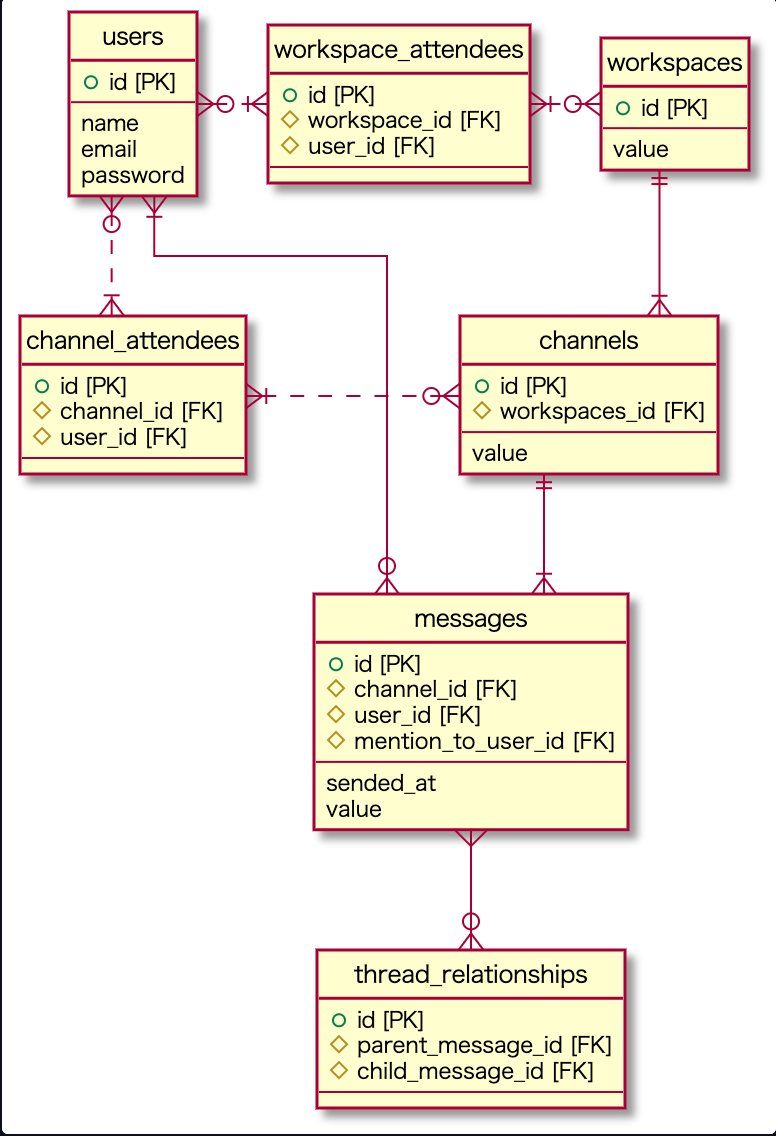
This is db/modeling/02/er.png from umirai/PrahaChallenge, a PlantUML export, as it was before one commit. Its source is kept beside it as db/modeling/02/er.pu.
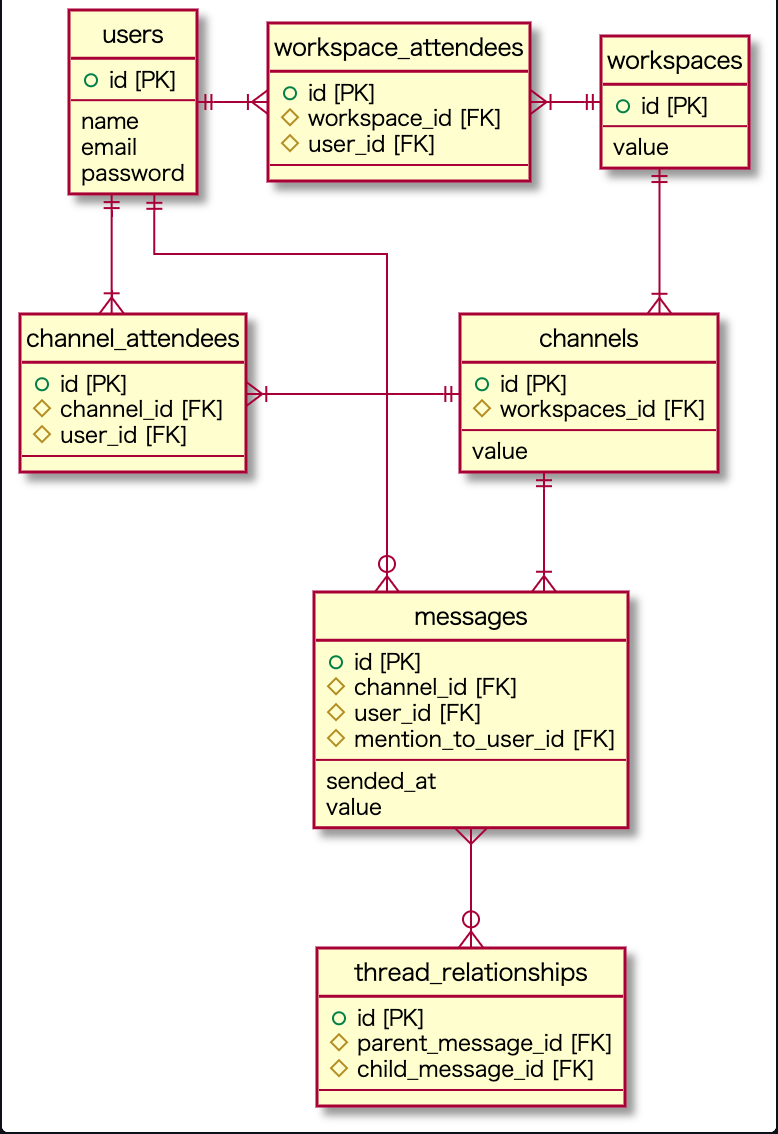
The same diagram one commit later.

Commit message:
[Fix]リレーションの多重度と依存関係を修正

The edit, as a diff of the source:
```diff
@@ -58,9 +58,9 @@
 workspaces ||-d-|{ channels
 channels ||-d-|{ messages
 messages }-d-o{ thread_relationships
-workspaces }o.l.|{ workspace_attendees
-channels }o.l.|{ channel_attendees
-users }o.r.|{ workspace_attendees
-users }o..|{ channel_attendees
-users }|--o{ messages
+workspaces ||-l-|{ workspace_attendees
+channels ||-l-|{ channel_attendees
+users ||-r-|{ workspace_attendees
+users ||--|{ channel_attendees
+users ||--o{ messages
 @enduml
```
